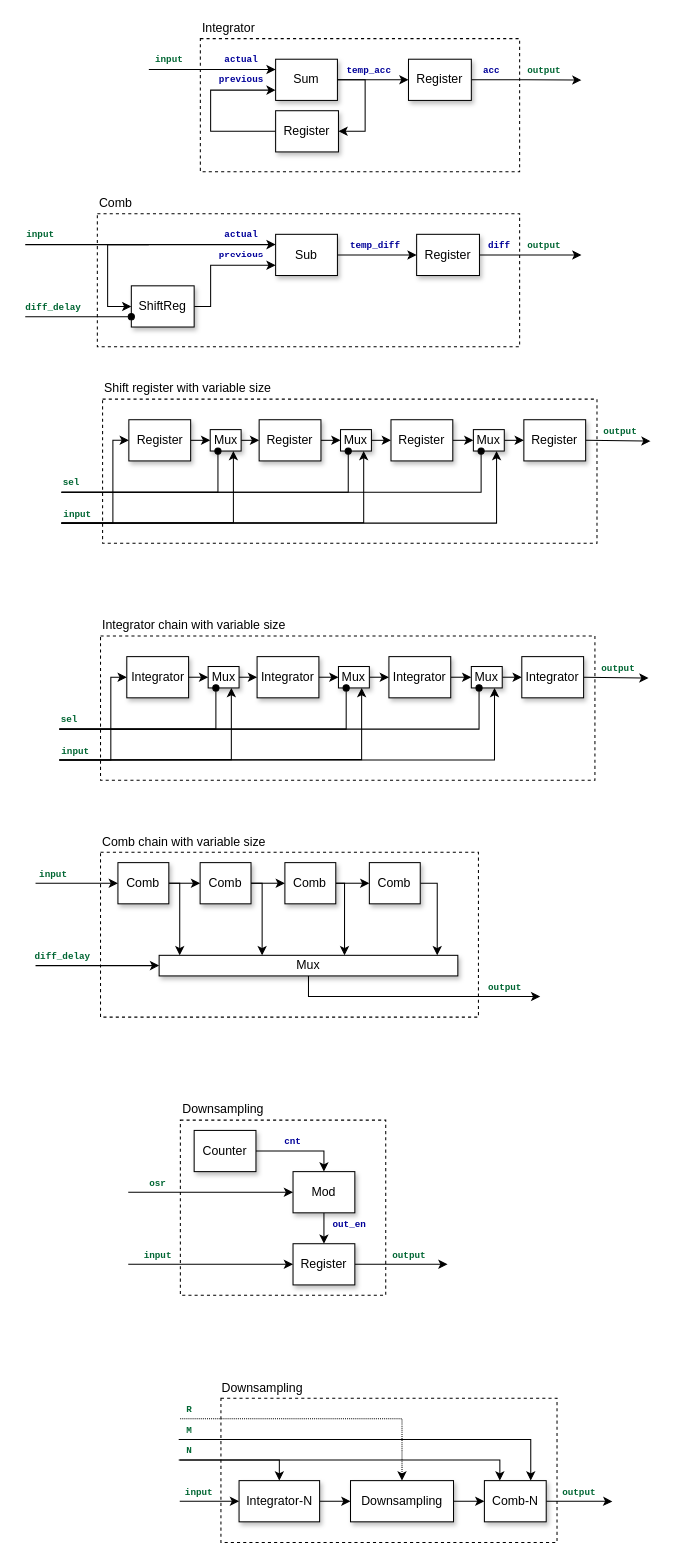
Above: page "Signal" (7 of 7) of docs/system.drawio in Lwao/HDL4PDM2PCM (draw.io), before the change. Source tidied: cells renumbered, new cells numbered last; positions are measured from the earlier drawing's top-left corner, leaving out a move shared by most shapes. Both pictures are drawn from the tidied source at 103%, with x=0, y=0 at pixel (25, 18).
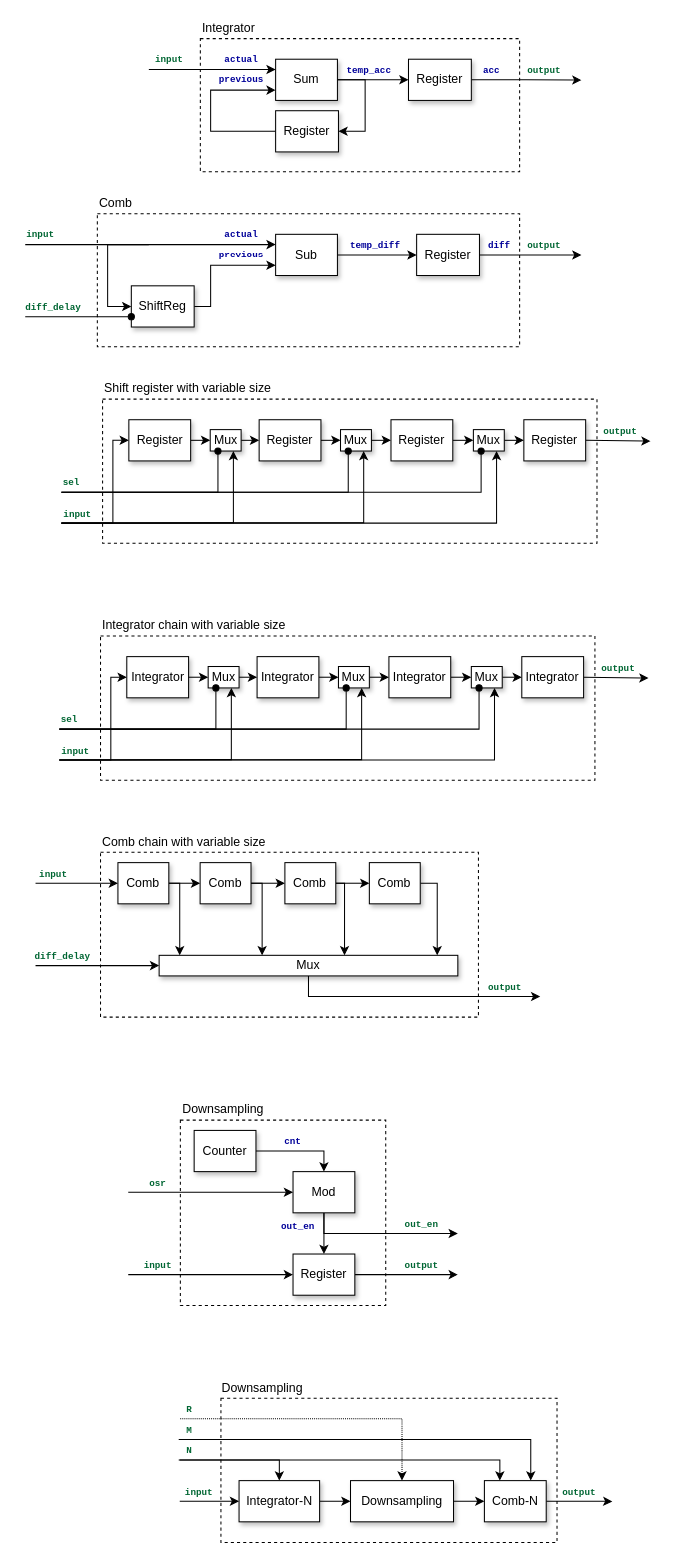
The same page after the edit.

Unchanged cells that the change refers to:
```xml
<mxCell id="114" value="Mod" style="rounded=0;whiteSpace=wrap;html=1;shadow=1;sketch=0;glass=0;" parent="1" vertex="1">
  <mxGeometry x="260" y="1120" width="60" height="40" as="geometry" />
</mxCell>
```

Change to the diagram source:
```diff
@@
     <mxCell id="3" style="rounded=0;whiteSpace=wrap;html=1;dashed=1;fillColor=none;" parent="1" vertex="1">
-      <mxGeometry x="150.6" y="1070" width="199.4" height="170" as="geometry" />
+      <mxGeometry x="150.6" y="1070" width="199.4" height="180" as="geometry" />
     </mxCell>
@@
+    <mxCell id="141" style="edgeStyle=orthogonalEdgeStyle;rounded=0;jettySize=auto;html=1;exitX=0.5;exitY=1;exitDx=0;exitDy=0;startArrow=none;startFill=0;endArrow=classic;endFill=1;" parent="1" edge="1" source="114">
+      <mxGeometry relative="1" as="geometry">
+        <mxPoint x="420" y="1180" as="targetPoint" />
+        <Array as="points">
+          <mxPoint x="290" y="1180" />
+        </Array>
+      </mxGeometry>
+    </mxCell>
@@
     <mxCell id="117" style="edgeStyle=orthogonalEdgeStyle;rounded=0;jettySize=auto;html=1;" parent="1" edge="1" source="119">
       <mxGeometry relative="1" as="geometry">
-        <mxPoint x="410" y="1210" as="targetPoint" />
+        <mxPoint x="420" y="1220" as="targetPoint" />
+        <Array as="points">
+          <mxPoint x="410" y="1220" />
+        </Array>
       </mxGeometry>
     </mxCell>
     <mxCell id="118" style="edgeStyle=orthogonalEdgeStyle;rounded=0;jettySize=auto;html=1;exitX=0;exitY=0.5;exitDx=0;exitDy=0;startArrow=classic;startFill=1;endArrow=none;endFill=0;" parent="1" edge="1" source="119">
       <mxGeometry relative="1" as="geometry">
-        <mxPoint x="100" y="1210" as="targetPoint" />
+        <mxPoint x="100" y="1220" as="targetPoint" />
+        <Array as="points">
+          <mxPoint x="100" y="1220" />
+        </Array>
       </mxGeometry>
     </mxCell>
     <mxCell id="119" value="Register" style="rounded=0;whiteSpace=wrap;html=1;shadow=1;sketch=0;glass=0;" parent="1" vertex="1">
-      <mxGeometry x="260" y="1190" width="60" height="40" as="geometry" />
+      <mxGeometry x="260" y="1200" width="60" height="40" as="geometry" />
     </mxCell>
     <mxCell id="120" value="&lt;font style=&quot;font-size: 9px&quot; color=&quot;#000099&quot; face=&quot;Courier New&quot;&gt;&lt;b&gt;out_en&lt;/b&gt;&lt;/font&gt;" style="text;html=1;strokeColor=none;fillColor=none;align=center;verticalAlign=middle;whiteSpace=wrap;rounded=0;" parent="1" vertex="1">
-      <mxGeometry x="289.9" y="1160" width="50.1" height="20" as="geometry" />
+      <mxGeometry x="239.7" y="1162" width="50.1" height="20" as="geometry" />
     </mxCell>
     <mxCell id="121" value="&lt;font style=&quot;font-size: 9px&quot; face=&quot;Courier New&quot; color=&quot;#006633&quot;&gt;&lt;b&gt;input&lt;/b&gt;&lt;/font&gt;" style="text;html=1;strokeColor=none;fillColor=none;align=center;verticalAlign=middle;whiteSpace=wrap;rounded=0;" parent="1" vertex="1">
-      <mxGeometry x="108.6" y="1190" width="40" height="20" as="geometry" />
+      <mxGeometry x="108.6" y="1200" width="40" height="20" as="geometry" />
     </mxCell>
@@
     <mxCell id="123" value="&lt;font style=&quot;font-size: 9px&quot; face=&quot;Courier New&quot; color=&quot;#006633&quot;&gt;&lt;b&gt;output&lt;/b&gt;&lt;/font&gt;" style="text;html=1;strokeColor=none;fillColor=none;align=center;verticalAlign=middle;whiteSpace=wrap;rounded=0;" parent="1" vertex="1">
-      <mxGeometry x="353.1" y="1190" width="40" height="20" as="geometry" />
+      <mxGeometry x="365.1" y="1200" width="40" height="20" as="geometry" />
     </mxCell>
@@
+    <mxCell id="142" value="&lt;font style=&quot;font-size: 9px&quot; face=&quot;Courier New&quot; color=&quot;#006633&quot;&gt;&lt;b&gt;out_en&lt;/b&gt;&lt;/font&gt;" style="text;html=1;strokeColor=none;fillColor=none;align=center;verticalAlign=middle;whiteSpace=wrap;rounded=0;" parent="1" vertex="1">
+      <mxGeometry x="365.1" y="1160" width="40" height="20" as="geometry" />
+    </mxCell>
```
